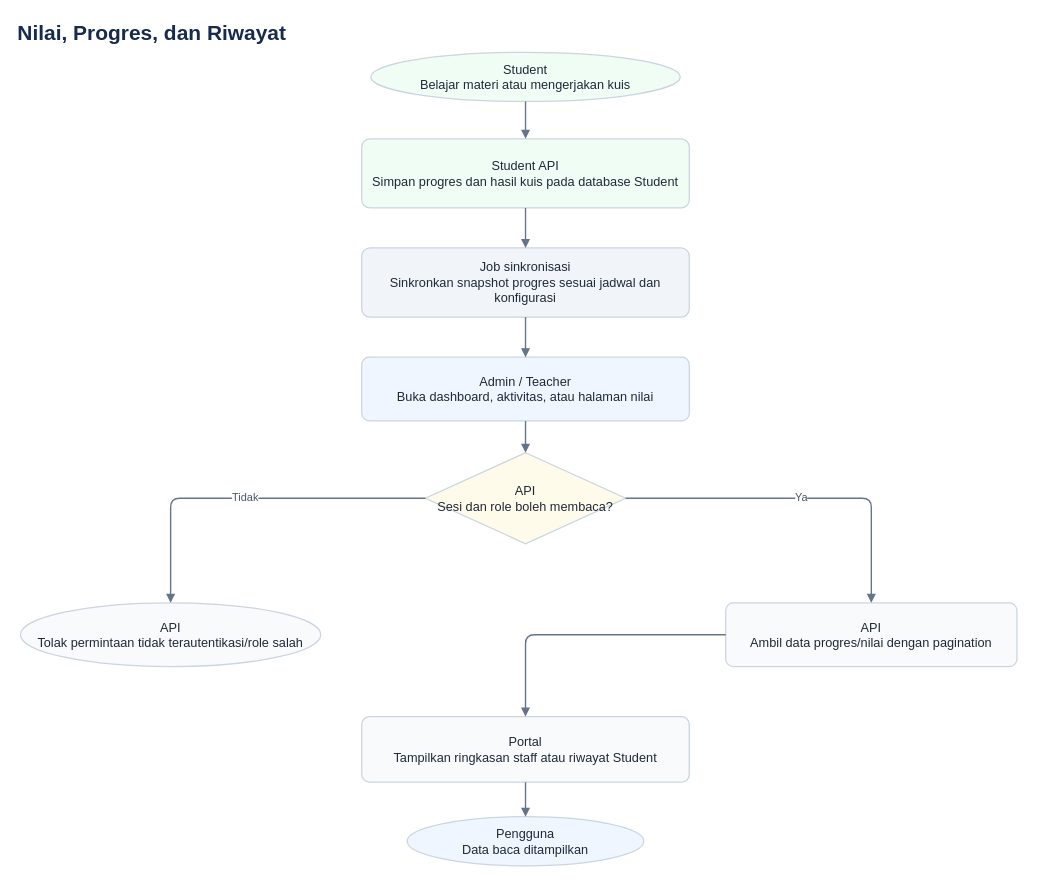
Above: docs/diagrams/11-grades-progress-history.drawio in ammarmfirdaus-hue/DENSO-LMS (draw.io), before the change. Source tidied: cells renumbered, new cells numbered last; positions are measured from the earlier drawing's top-left corner, leaving out a move shared by most shapes. Both pictures are drawn from the tidied source at 91%, with x=0, y=0 at pixel (15, 15).
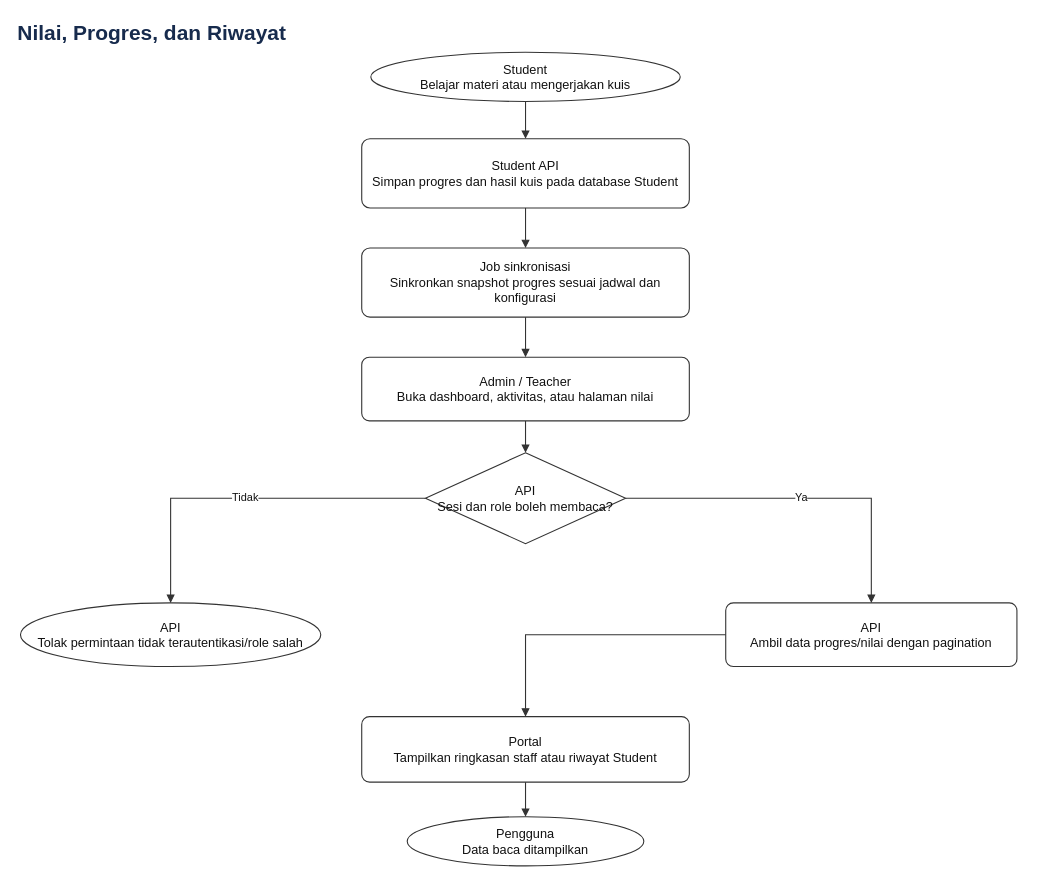
The same page after the edit.

What changed in the source:
```diff
@@
 <mxGraphModel>
   <root>
     <mxCell id="0" />
     <mxCell id="1" parent="0" />
     <mxCell id="2" value="Nilai, Progres, dan Riwayat" style="text;html=1;align=left;verticalAlign=middle;whiteSpace=wrap;rounded=0;strokeColor=none;fillColor=none;fontSize=23;fontStyle=1;fontColor=#172b4d;" parent="1" vertex="1">
       <mxGeometry width="1120" height="38" as="geometry" />
     </mxCell>
-    <mxCell id="3" value="Student&#10;Belajar materi atau mengerjakan kuis" style="shape=ellipse;whiteSpace=wrap;html=1;align=center;verticalAlign=middle;strokeColor=#cbd5e1;strokeWidth=1.4;fillColor=#f0fdf4;fontColor=#1f2937;fontSize=14;spacing=8;shadow=0;" parent="1" vertex="1">
+    <mxCell id="3" value="Student&#10;Belajar materi atau mengerjakan kuis" style="shape=ellipse;whiteSpace=wrap;html=1;align=center;verticalAlign=middle;strokeColor=#333333;strokeWidth=1.2;fillColor=#ffffff;fontColor=#111111;fontSize=14;spacing=8;shadow=0;" parent="1" vertex="1">
       <mxGeometry x="390" y="40" width="340" height="54" as="geometry" />
     </mxCell>
-    <mxCell id="4" value="Student API&#10;Simpan progres dan hasil kuis pada database Student" style="rounded=1;arcSize=12;whiteSpace=wrap;html=1;align=center;verticalAlign=middle;strokeColor=#cbd5e1;strokeWidth=1.4;fillColor=#f0fdf4;fontColor=#1f2937;fontSize=14;spacing=8;shadow=0;" parent="1" vertex="1">
+    <mxCell id="4" value="Student API&#10;Simpan progres dan hasil kuis pada database Student" style="rounded=1;arcSize=12;whiteSpace=wrap;html=1;align=center;verticalAlign=middle;strokeColor=#333333;strokeWidth=1.2;fillColor=#ffffff;fontColor=#111111;fontSize=14;spacing=8;shadow=0;" parent="1" vertex="1">
       <mxGeometry x="380" y="135" width="360" height="76" as="geometry" />
     </mxCell>
-    <mxCell id="5" value="Job sinkronisasi&#10;Sinkronkan snapshot progres sesuai jadwal dan konfigurasi" style="rounded=1;arcSize=12;whiteSpace=wrap;html=1;align=center;verticalAlign=middle;strokeColor=#cbd5e1;strokeWidth=1.4;fillColor=#f1f5f9;fontColor=#1f2937;fontSize=14;spacing=8;shadow=0;" parent="1" vertex="1">
+    <mxCell id="5" value="Job sinkronisasi&#10;Sinkronkan snapshot progres sesuai jadwal dan konfigurasi" style="rounded=1;arcSize=12;whiteSpace=wrap;html=1;align=center;verticalAlign=middle;strokeColor=#333333;strokeWidth=1.2;fillColor=#ffffff;fontColor=#111111;fontSize=14;spacing=8;shadow=0;" parent="1" vertex="1">
       <mxGeometry x="380" y="255" width="360" height="76" as="geometry" />
     </mxCell>
-    <mxCell id="6" value="Admin / Teacher&#10;Buka dashboard, aktivitas, atau halaman nilai" style="rounded=1;arcSize=12;whiteSpace=wrap;html=1;align=center;verticalAlign=middle;strokeColor=#cbd5e1;strokeWidth=1.4;fillColor=#eff6ff;fontColor=#1f2937;fontSize=14;spacing=8;shadow=0;" parent="1" vertex="1">
+    <mxCell id="6" value="Admin / Teacher&#10;Buka dashboard, aktivitas, atau halaman nilai" style="rounded=1;arcSize=12;whiteSpace=wrap;html=1;align=center;verticalAlign=middle;strokeColor=#333333;strokeWidth=1.2;fillColor=#ffffff;fontColor=#111111;fontSize=14;spacing=8;shadow=0;" parent="1" vertex="1">
       <mxGeometry x="380" y="375" width="360" height="70" as="geometry" />
     </mxCell>
-    <mxCell id="7" value="API&#10;Sesi dan role boleh membaca?" style="shape=rhombus;whiteSpace=wrap;html=1;align=center;verticalAlign=middle;strokeColor=#cbd5e1;strokeWidth=1.4;fillColor=#fffbeb;fontColor=#1f2937;fontSize=14;spacing=8;shadow=0;" parent="1" vertex="1">
+    <mxCell id="7" value="API&#10;Sesi dan role boleh membaca?" style="shape=rhombus;whiteSpace=wrap;html=1;align=center;verticalAlign=middle;strokeColor=#333333;strokeWidth=1.2;fillColor=#ffffff;fontColor=#111111;fontSize=14;spacing=8;shadow=0;" parent="1" vertex="1">
       <mxGeometry x="450" y="480" width="220" height="100" as="geometry" />
     </mxCell>
-    <mxCell id="8" value="API&#10;Tolak permintaan tidak terautentikasi/role salah" style="shape=ellipse;whiteSpace=wrap;html=1;align=center;verticalAlign=middle;strokeColor=#cbd5e1;strokeWidth=1.4;fillColor=#f8fafc;fontColor=#1f2937;fontSize=14;spacing=8;shadow=0;" parent="1" vertex="1">
+    <mxCell id="8" value="API&#10;Tolak permintaan tidak terautentikasi/role salah" style="shape=ellipse;whiteSpace=wrap;html=1;align=center;verticalAlign=middle;strokeColor=#333333;strokeWidth=1.2;fillColor=#ffffff;fontColor=#111111;fontSize=14;spacing=8;shadow=0;" parent="1" vertex="1">
       <mxGeometry x="5" y="645" width="330" height="70" as="geometry" />
     </mxCell>
-    <mxCell id="9" value="API&#10;Ambil data progres/nilai dengan pagination" style="rounded=1;arcSize=12;whiteSpace=wrap;html=1;align=center;verticalAlign=middle;strokeColor=#cbd5e1;strokeWidth=1.4;fillColor=#f8fafc;fontColor=#1f2937;fontSize=14;spacing=8;shadow=0;" parent="1" vertex="1">
+    <mxCell id="9" value="API&#10;Ambil data progres/nilai dengan pagination" style="rounded=1;arcSize=12;whiteSpace=wrap;html=1;align=center;verticalAlign=middle;strokeColor=#333333;strokeWidth=1.2;fillColor=#ffffff;fontColor=#111111;fontSize=14;spacing=8;shadow=0;" parent="1" vertex="1">
       <mxGeometry x="780" y="645" width="320" height="70" as="geometry" />
     </mxCell>
-    <mxCell id="10" value="Portal&#10;Tampilkan ringkasan staff atau riwayat Student" style="rounded=1;arcSize=12;whiteSpace=wrap;html=1;align=center;verticalAlign=middle;strokeColor=#cbd5e1;strokeWidth=1.4;fillColor=#f8fafc;fontColor=#1f2937;fontSize=14;spacing=8;shadow=0;" parent="1" vertex="1">
+    <mxCell id="10" value="Portal&#10;Tampilkan ringkasan staff atau riwayat Student" style="rounded=1;arcSize=12;whiteSpace=wrap;html=1;align=center;verticalAlign=middle;strokeColor=#333333;strokeWidth=1.2;fillColor=#ffffff;fontColor=#111111;fontSize=14;spacing=8;shadow=0;" parent="1" vertex="1">
       <mxGeometry x="380" y="770" width="360" height="72" as="geometry" />
     </mxCell>
-    <mxCell id="11" value="Pengguna&#10;Data baca ditampilkan" style="shape=ellipse;whiteSpace=wrap;html=1;align=center;verticalAlign=middle;strokeColor=#cbd5e1;strokeWidth=1.4;fillColor=#eff6ff;fontColor=#1f2937;fontSize=14;spacing=8;shadow=0;" parent="1" vertex="1">
+    <mxCell id="11" value="Pengguna&#10;Data baca ditampilkan" style="shape=ellipse;whiteSpace=wrap;html=1;align=center;verticalAlign=middle;strokeColor=#333333;strokeWidth=1.2;fillColor=#ffffff;fontColor=#111111;fontSize=14;spacing=8;shadow=0;" parent="1" vertex="1">
       <mxGeometry x="430" y="880" width="260" height="54" as="geometry" />
     </mxCell>
-    <mxCell id="12" style="edgeStyle=orthogonalEdgeStyle;rounded=1;jettySize=auto;html=1;strokeColor=#64748b;strokeWidth=1.5;fontColor=#475569;fontSize=12;labelBackgroundColor=#ffffff;endArrow=block;endFill=1;" parent="1" edge="1" source="3" target="4">
+    <mxCell id="12" style="edgeStyle=orthogonalEdgeStyle;rounded=0;jettySize=auto;html=1;strokeColor=#333333;strokeWidth=1.2;fontColor=#111111;fontSize=12;labelBackgroundColor=#ffffff;endArrow=block;endFill=1;" parent="1" edge="1" source="3" target="4">
       <mxGeometry relative="1" as="geometry" />
     </mxCell>
-    <mxCell id="13" style="edgeStyle=orthogonalEdgeStyle;rounded=1;jettySize=auto;html=1;strokeColor=#64748b;strokeWidth=1.5;fontColor=#475569;fontSize=12;labelBackgroundColor=#ffffff;endArrow=block;endFill=1;" parent="1" edge="1" source="4" target="5">
+    <mxCell id="13" style="edgeStyle=orthogonalEdgeStyle;rounded=0;jettySize=auto;html=1;strokeColor=#333333;strokeWidth=1.2;fontColor=#111111;fontSize=12;labelBackgroundColor=#ffffff;endArrow=block;endFill=1;" parent="1" edge="1" source="4" target="5">
       <mxGeometry relative="1" as="geometry" />
     </mxCell>
-    <mxCell id="14" style="edgeStyle=orthogonalEdgeStyle;rounded=1;jettySize=auto;html=1;strokeColor=#64748b;strokeWidth=1.5;fontColor=#475569;fontSize=12;labelBackgroundColor=#ffffff;endArrow=block;endFill=1;" parent="1" edge="1" source="5" target="6">
+    <mxCell id="14" style="edgeStyle=orthogonalEdgeStyle;rounded=0;jettySize=auto;html=1;strokeColor=#333333;strokeWidth=1.2;fontColor=#111111;fontSize=12;labelBackgroundColor=#ffffff;endArrow=block;endFill=1;" parent="1" edge="1" source="5" target="6">
       <mxGeometry relative="1" as="geometry" />
     </mxCell>
-    <mxCell id="15" style="edgeStyle=orthogonalEdgeStyle;rounded=1;jettySize=auto;html=1;strokeColor=#64748b;strokeWidth=1.5;fontColor=#475569;fontSize=12;labelBackgroundColor=#ffffff;endArrow=block;endFill=1;" parent="1" edge="1" source="6" target="7">
+    <mxCell id="15" style="edgeStyle=orthogonalEdgeStyle;rounded=0;jettySize=auto;html=1;strokeColor=#333333;strokeWidth=1.2;fontColor=#111111;fontSize=12;labelBackgroundColor=#ffffff;endArrow=block;endFill=1;" parent="1" edge="1" source="6" target="7">
       <mxGeometry relative="1" as="geometry" />
     </mxCell>
-    <mxCell id="16" value="Ya" style="edgeStyle=orthogonalEdgeStyle;rounded=1;jettySize=auto;html=1;strokeColor=#64748b;strokeWidth=1.5;fontColor=#475569;fontSize=12;labelBackgroundColor=#ffffff;endArrow=block;endFill=1;" parent="1" edge="1" source="7" target="9">
+    <mxCell id="16" value="Ya" style="edgeStyle=orthogonalEdgeStyle;rounded=0;jettySize=auto;html=1;strokeColor=#333333;strokeWidth=1.2;fontColor=#111111;fontSize=12;labelBackgroundColor=#ffffff;endArrow=block;endFill=1;" parent="1" edge="1" source="7" target="9">
       <mxGeometry relative="1" as="geometry" />
     </mxCell>
-    <mxCell id="17" value="Tidak" style="edgeStyle=orthogonalEdgeStyle;rounded=1;jettySize=auto;html=1;strokeColor=#64748b;strokeWidth=1.5;fontColor=#475569;fontSize=12;labelBackgroundColor=#ffffff;endArrow=block;endFill=1;" parent="1" edge="1" source="7" target="8">
+    <mxCell id="17" value="Tidak" style="edgeStyle=orthogonalEdgeStyle;rounded=0;jettySize=auto;html=1;strokeColor=#333333;strokeWidth=1.2;fontColor=#111111;fontSize=12;labelBackgroundColor=#ffffff;endArrow=block;endFill=1;" parent="1" edge="1" source="7" target="8">
       <mxGeometry relative="1" as="geometry" />
     </mxCell>
-    <mxCell id="18" style="edgeStyle=orthogonalEdgeStyle;rounded=1;jettySize=auto;html=1;strokeColor=#64748b;strokeWidth=1.5;fontColor=#475569;fontSize=12;labelBackgroundColor=#ffffff;endArrow=block;endFill=1;" parent="1" edge="1" source="9" target="10">
+    <mxCell id="18" style="edgeStyle=orthogonalEdgeStyle;rounded=0;jettySize=auto;html=1;strokeColor=#333333;strokeWidth=1.2;fontColor=#111111;fontSize=12;labelBackgroundColor=#ffffff;endArrow=block;endFill=1;" parent="1" edge="1" source="9" target="10">
       <mxGeometry relative="1" as="geometry" />
     </mxCell>
-    <mxCell id="19" style="edgeStyle=orthogonalEdgeStyle;rounded=1;jettySize=auto;html=1;strokeColor=#64748b;strokeWidth=1.5;fontColor=#475569;fontSize=12;labelBackgroundColor=#ffffff;endArrow=block;endFill=1;" parent="1" edge="1" source="10" target="11">
+    <mxCell id="19" style="edgeStyle=orthogonalEdgeStyle;rounded=0;jettySize=auto;html=1;strokeColor=#333333;strokeWidth=1.2;fontColor=#111111;fontSize=12;labelBackgroundColor=#ffffff;endArrow=block;endFill=1;" parent="1" edge="1" source="10" target="11">
       <mxGeometry relative="1" as="geometry" />
     </mxCell>
   </root>
 </mxGraphModel>
```
